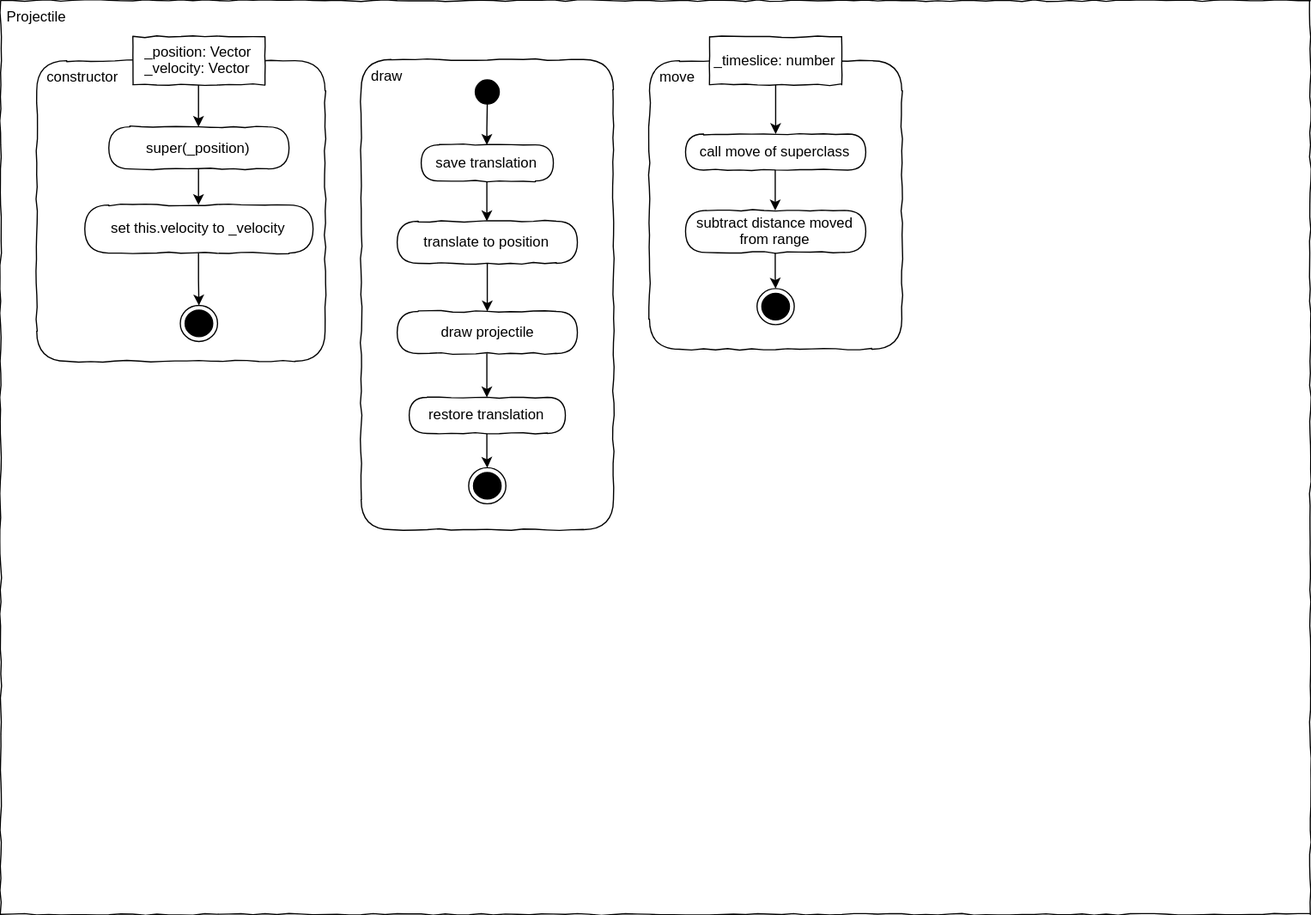
This is X01_Appendix/Code/L12_Addition/eiaSteroids/Documentation/Diagrams/Asteroids_ActivityDiagram-Projectile.svg from JirkaDellOro/EIA2-Inverted, a draw.io export, as it was before one commit. Source tidied: cells renumbered, new cells last; positions are measured from the earlier drawing's top-left corner, leaving out a move shared by most shapes. Its diagram source:
```xml
<mxGraphModel>
  <root>
    <mxCell id="0" />
    <mxCell id="1" parent="0" />
    <mxCell id="2" value="&lt;div style=&quot;text-align: left&quot;&gt;&amp;nbsp;Projectile&lt;/div&gt;" style="rounded=0;whiteSpace=wrap;html=1;shadow=0;glass=0;comic=1;strokeColor=#000000;labelPosition=center;verticalLabelPosition=middle;align=left;verticalAlign=top;absoluteArcSize=1;arcSize=50;" parent="1" vertex="1">
      <mxGeometry width="1090" height="760" as="geometry" />
    </mxCell>
    <mxCell id="3" style="edgeStyle=none;rounded=0;orthogonalLoop=1;jettySize=auto;html=1;" parent="1" edge="1">
      <mxGeometry relative="1" as="geometry">
        <mxPoint x="950" y="450" as="sourcePoint" />
      </mxGeometry>
    </mxCell>
    <mxCell id="4" style="edgeStyle=none;rounded=0;orthogonalLoop=1;jettySize=auto;html=1;" parent="1" edge="1">
      <mxGeometry relative="1" as="geometry">
        <mxPoint x="950" y="530" as="sourcePoint" />
      </mxGeometry>
    </mxCell>
    <mxCell id="5" value="&lt;div style=&quot;text-align: left&quot;&gt;&amp;nbsp; constructor&lt;/div&gt;" style="rounded=1;whiteSpace=wrap;html=1;shadow=0;glass=0;comic=1;strokeColor=#000000;labelPosition=center;verticalLabelPosition=middle;align=left;verticalAlign=top;absoluteArcSize=1;arcSize=50;" parent="1" vertex="1">
      <mxGeometry x="30" y="50" width="240" height="250" as="geometry" />
    </mxCell>
    <mxCell id="6" style="edgeStyle=orthogonalEdgeStyle;rounded=0;jettySize=auto;html=1;" parent="1" edge="1" source="7" target="8">
      <mxGeometry relative="1" as="geometry" />
    </mxCell>
    <mxCell id="7" value="super(_position)" style="rounded=1;whiteSpace=wrap;html=1;absoluteArcSize=1;arcSize=50;strokeWidth=1;shadow=0;comic=1;" parent="1" vertex="1">
      <mxGeometry x="90" y="105" width="150" height="35" as="geometry" />
    </mxCell>
    <mxCell id="8" value="set this.velocity to _velocity" style="rounded=1;whiteSpace=wrap;html=1;absoluteArcSize=1;arcSize=50;strokeWidth=1;shadow=0;comic=1;" parent="1" vertex="1">
      <mxGeometry x="70" y="170" width="190" height="40" as="geometry" />
    </mxCell>
    <mxCell id="9" style="edgeStyle=orthogonalEdgeStyle;rounded=0;jettySize=auto;html=1;" parent="1" edge="1" source="10" target="7">
      <mxGeometry relative="1" as="geometry" />
    </mxCell>
    <mxCell id="10" value="&lt;div style=&quot;text-align: left&quot;&gt;&lt;div&gt;_position: Vector&lt;/div&gt;&lt;div&gt;&lt;span&gt;_velocity: Vector&lt;/span&gt;&lt;br&gt;&lt;/div&gt;&lt;/div&gt;" style="rounded=0;whiteSpace=wrap;html=1;comic=1;" parent="1" vertex="1">
      <mxGeometry x="110" y="30" width="110" height="40" as="geometry" />
    </mxCell>
    <mxCell id="11" style="ellipse;html=1;shape=endState;fillColor=#000000;strokeColor=#000000;comic=1;" parent="1" vertex="1">
      <mxGeometry x="149.5" y="253.5" width="31" height="30" as="geometry" />
    </mxCell>
    <mxCell id="12" style="edgeStyle=orthogonalEdgeStyle;rounded=0;jettySize=auto;html=1;" parent="1" edge="1" source="8" target="11">
      <mxGeometry relative="1" as="geometry" />
    </mxCell>
    <mxCell id="13" value="&lt;div style=&quot;text-align: left&quot;&gt;&amp;nbsp; draw&lt;/div&gt;" style="rounded=1;whiteSpace=wrap;html=1;shadow=0;glass=0;comic=1;strokeColor=#000000;labelPosition=center;verticalLabelPosition=middle;align=left;verticalAlign=top;absoluteArcSize=1;arcSize=50;" parent="1" vertex="1">
      <mxGeometry x="300" y="49" width="210" height="391" as="geometry" />
    </mxCell>
    <mxCell id="14" style="edgeStyle=orthogonalEdgeStyle;rounded=0;jettySize=auto;html=1;" parent="1" edge="1" source="21" target="15">
      <mxGeometry relative="1" as="geometry" />
    </mxCell>
    <mxCell id="15" value="translate to position" style="rounded=1;whiteSpace=wrap;html=1;absoluteArcSize=1;arcSize=50;strokeWidth=1;shadow=0;comic=1;" parent="1" vertex="1">
      <mxGeometry x="330" y="183.5" width="150" height="35" as="geometry" />
    </mxCell>
    <mxCell id="16" style="ellipse;html=1;shape=endState;fillColor=#000000;strokeColor=#000000;comic=1;" parent="1" vertex="1">
      <mxGeometry x="389.5" y="388.5" width="31" height="30" as="geometry" />
    </mxCell>
    <mxCell id="17" style="edgeStyle=orthogonalEdgeStyle;rounded=0;jettySize=auto;html=1;" parent="1" edge="1" source="23" target="16">
      <mxGeometry relative="1" as="geometry" />
    </mxCell>
    <mxCell id="18" value="draw projectile" style="rounded=1;whiteSpace=wrap;html=1;absoluteArcSize=1;arcSize=50;strokeWidth=1;shadow=0;comic=1;" parent="1" vertex="1">
      <mxGeometry x="330" y="258.5" width="150" height="35" as="geometry" />
    </mxCell>
    <mxCell id="19" style="edgeStyle=orthogonalEdgeStyle;rounded=0;jettySize=auto;html=1;" parent="1" edge="1" source="15" target="18">
      <mxGeometry relative="1" as="geometry" />
    </mxCell>
    <mxCell id="20" style="ellipse;whiteSpace=wrap;html=1;rounded=0;shadow=0;comic=0;labelBackgroundColor=none;strokeColor=#000000;strokeWidth=1;fillColor=#000000;fontFamily=Verdana;fontSize=12;fontColor=#000000;align=center;comic=1;" parent="1" vertex="1">
      <mxGeometry x="395" y="66" width="20" height="20" as="geometry" />
    </mxCell>
    <mxCell id="21" value="save translation" style="rounded=1;whiteSpace=wrap;html=1;absoluteArcSize=1;arcSize=50;strokeWidth=1;shadow=0;comic=1;" parent="1" vertex="1">
      <mxGeometry x="350" y="120" width="110" height="30" as="geometry" />
    </mxCell>
    <mxCell id="22" style="edgeStyle=orthogonalEdgeStyle;rounded=0;jettySize=auto;html=1;" parent="1" edge="1" source="20" target="21">
      <mxGeometry relative="1" as="geometry" />
    </mxCell>
    <mxCell id="23" value="restore translation" style="rounded=1;whiteSpace=wrap;html=1;absoluteArcSize=1;arcSize=50;strokeWidth=1;shadow=0;comic=1;" parent="1" vertex="1">
      <mxGeometry x="340" y="330" width="130" height="30" as="geometry" />
    </mxCell>
    <mxCell id="24" style="edgeStyle=orthogonalEdgeStyle;rounded=0;jettySize=auto;html=1;" parent="1" edge="1" source="18" target="23">
      <mxGeometry relative="1" as="geometry" />
    </mxCell>
    <mxCell id="25" value="&lt;div style=&quot;text-align: left&quot;&gt;&amp;nbsp; move&lt;/div&gt;" style="rounded=1;whiteSpace=wrap;html=1;shadow=0;glass=0;comic=1;strokeColor=#000000;labelPosition=center;verticalLabelPosition=middle;align=left;verticalAlign=top;absoluteArcSize=1;arcSize=50;" parent="1" vertex="1">
      <mxGeometry x="540" y="50" width="210" height="240" as="geometry" />
    </mxCell>
    <mxCell id="26" style="edgeStyle=orthogonalEdgeStyle;rounded=0;jettySize=auto;html=1;" parent="1" edge="1" source="30" target="27">
      <mxGeometry relative="1" as="geometry" />
    </mxCell>
    <mxCell id="27" value="subtract distance moved from range" style="rounded=1;whiteSpace=wrap;html=1;absoluteArcSize=1;arcSize=50;strokeWidth=1;shadow=0;comic=1;" parent="1" vertex="1">
      <mxGeometry x="570" y="174.5" width="150" height="35" as="geometry" />
    </mxCell>
    <mxCell id="28" style="ellipse;html=1;shape=endState;fillColor=#000000;strokeColor=#000000;comic=1;" parent="1" vertex="1">
      <mxGeometry x="629.5" y="239.5" width="31" height="30" as="geometry" />
    </mxCell>
    <mxCell id="29" style="edgeStyle=orthogonalEdgeStyle;rounded=0;jettySize=auto;html=1;" parent="1" edge="1" source="27" target="28">
      <mxGeometry relative="1" as="geometry" />
    </mxCell>
    <mxCell id="30" value="call move of superclass" style="rounded=1;whiteSpace=wrap;html=1;absoluteArcSize=1;arcSize=50;strokeWidth=1;shadow=0;comic=1;" parent="1" vertex="1">
      <mxGeometry x="570" y="111" width="150" height="30" as="geometry" />
    </mxCell>
    <mxCell id="31" style="edgeStyle=orthogonalEdgeStyle;rounded=0;jettySize=auto;html=1;" parent="1" edge="1" source="32" target="30">
      <mxGeometry relative="1" as="geometry" />
    </mxCell>
    <mxCell id="32" value="&lt;div style=&quot;text-align: left&quot;&gt;_timeslice: number&lt;/div&gt;" style="rounded=0;whiteSpace=wrap;html=1;comic=1;" parent="1" vertex="1">
      <mxGeometry x="590" y="30" width="110" height="40" as="geometry" />
    </mxCell>
  </root>
</mxGraphModel>
```
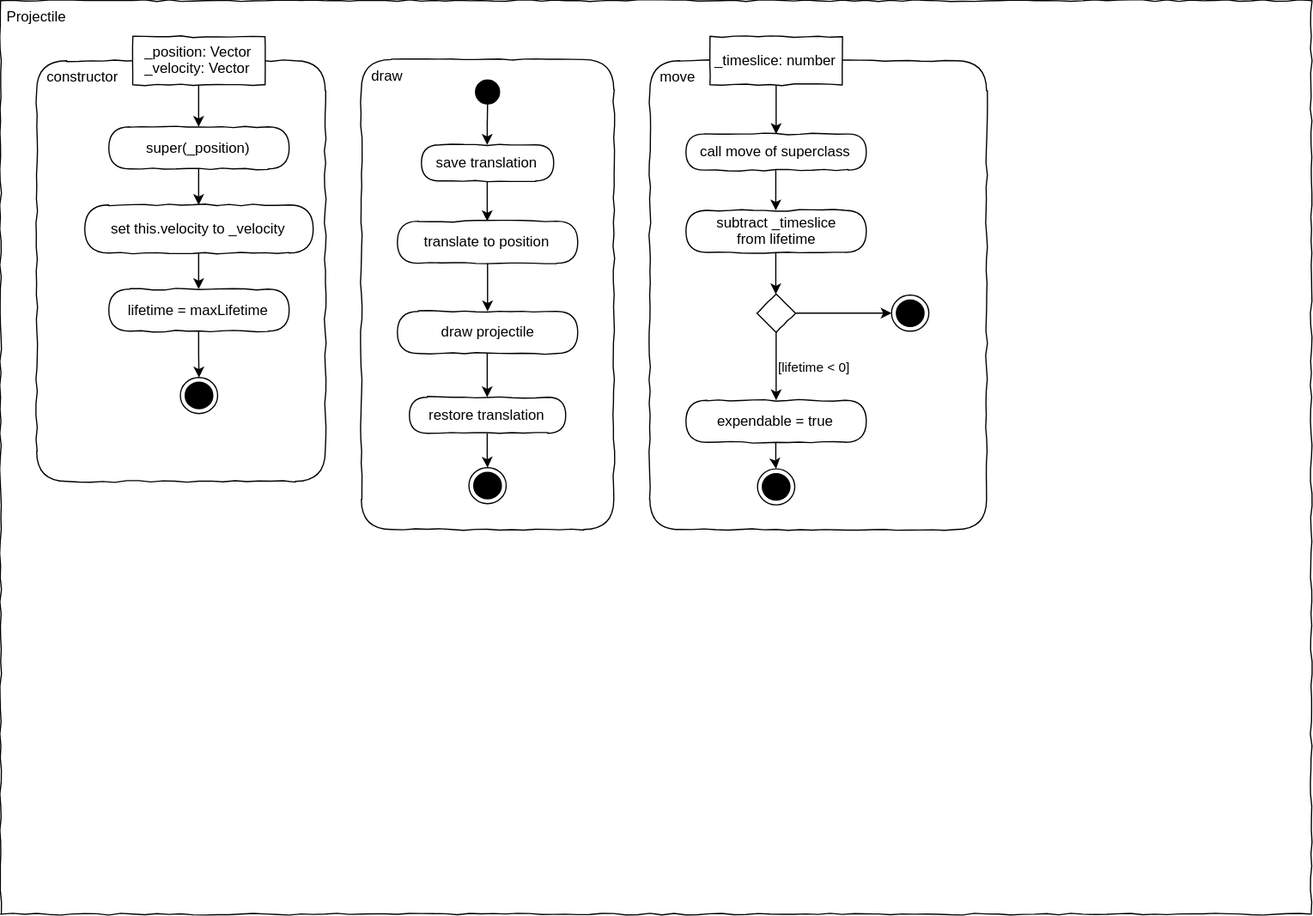
The same diagram one commit later.

Diff of the diagram source:
```diff
@@ -16,7 +16,7 @@
       </mxGeometry>
     </mxCell>
     <mxCell id="5" value="&lt;div style=&quot;text-align: left&quot;&gt;&amp;nbsp; constructor&lt;/div&gt;" style="rounded=1;whiteSpace=wrap;html=1;shadow=0;glass=0;comic=1;strokeColor=#000000;labelPosition=center;verticalLabelPosition=middle;align=left;verticalAlign=top;absoluteArcSize=1;arcSize=50;" parent="1" vertex="1">
-      <mxGeometry x="30" y="50" width="240" height="250" as="geometry" />
+      <mxGeometry x="30" y="50" width="240" height="350" as="geometry" />
     </mxCell>
     <mxCell id="6" style="edgeStyle=orthogonalEdgeStyle;rounded=0;jettySize=auto;html=1;" parent="1" edge="1" source="7" target="8">
       <mxGeometry relative="1" as="geometry" />
@@ -34,9 +34,9 @@
       <mxGeometry x="110" y="30" width="110" height="40" as="geometry" />
     </mxCell>
     <mxCell id="11" style="ellipse;html=1;shape=endState;fillColor=#000000;strokeColor=#000000;comic=1;" parent="1" vertex="1">
-      <mxGeometry x="149.5" y="253.5" width="31" height="30" as="geometry" />
+      <mxGeometry x="149.5" y="313.5" width="31" height="30" as="geometry" />
     </mxCell>
-    <mxCell id="12" style="edgeStyle=orthogonalEdgeStyle;rounded=0;jettySize=auto;html=1;" parent="1" edge="1" source="8" target="11">
+    <mxCell id="12" style="edgeStyle=orthogonalEdgeStyle;rounded=0;jettySize=auto;html=1;" parent="1" edge="1" source="33" target="11">
       <mxGeometry relative="1" as="geometry" />
     </mxCell>
     <mxCell id="13" value="&lt;div style=&quot;text-align: left&quot;&gt;&amp;nbsp; draw&lt;/div&gt;" style="rounded=1;whiteSpace=wrap;html=1;shadow=0;glass=0;comic=1;strokeColor=#000000;labelPosition=center;verticalLabelPosition=middle;align=left;verticalAlign=top;absoluteArcSize=1;arcSize=50;" parent="1" vertex="1">
@@ -76,18 +76,18 @@
       <mxGeometry relative="1" as="geometry" />
     </mxCell>
     <mxCell id="25" value="&lt;div style=&quot;text-align: left&quot;&gt;&amp;nbsp; move&lt;/div&gt;" style="rounded=1;whiteSpace=wrap;html=1;shadow=0;glass=0;comic=1;strokeColor=#000000;labelPosition=center;verticalLabelPosition=middle;align=left;verticalAlign=top;absoluteArcSize=1;arcSize=50;" parent="1" vertex="1">
-      <mxGeometry x="540" y="50" width="210" height="240" as="geometry" />
+      <mxGeometry x="540" y="50" width="280" height="390" as="geometry" />
     </mxCell>
     <mxCell id="26" style="edgeStyle=orthogonalEdgeStyle;rounded=0;jettySize=auto;html=1;" parent="1" edge="1" source="30" target="27">
       <mxGeometry relative="1" as="geometry" />
     </mxCell>
-    <mxCell id="27" value="subtract distance moved from range" style="rounded=1;whiteSpace=wrap;html=1;absoluteArcSize=1;arcSize=50;strokeWidth=1;shadow=0;comic=1;" parent="1" vertex="1">
+    <mxCell id="27" value="subtract _timeslice &lt;br&gt;from lifetime" style="rounded=1;whiteSpace=wrap;html=1;absoluteArcSize=1;arcSize=50;strokeWidth=1;shadow=0;comic=1;" parent="1" vertex="1">
       <mxGeometry x="570" y="174.5" width="150" height="35" as="geometry" />
     </mxCell>
     <mxCell id="28" style="ellipse;html=1;shape=endState;fillColor=#000000;strokeColor=#000000;comic=1;" parent="1" vertex="1">
-      <mxGeometry x="629.5" y="239.5" width="31" height="30" as="geometry" />
+      <mxGeometry x="629.5" y="389.5" width="31" height="30" as="geometry" />
     </mxCell>
-    <mxCell id="29" style="edgeStyle=orthogonalEdgeStyle;rounded=0;jettySize=auto;html=1;" parent="1" edge="1" source="27" target="28">
+    <mxCell id="29" style="edgeStyle=orthogonalEdgeStyle;rounded=0;jettySize=auto;html=1;" parent="1" edge="1" source="39" target="28">
       <mxGeometry relative="1" as="geometry" />
     </mxCell>
     <mxCell id="30" value="call move of superclass" style="rounded=1;whiteSpace=wrap;html=1;absoluteArcSize=1;arcSize=50;strokeWidth=1;shadow=0;comic=1;" parent="1" vertex="1">
@@ -99,5 +99,29 @@
     <mxCell id="32" value="&lt;div style=&quot;text-align: left&quot;&gt;_timeslice: number&lt;/div&gt;" style="rounded=0;whiteSpace=wrap;html=1;comic=1;" parent="1" vertex="1">
       <mxGeometry x="590" y="30" width="110" height="40" as="geometry" />
     </mxCell>
+    <mxCell id="33" value="lifetime = maxLifetime" style="rounded=1;whiteSpace=wrap;html=1;absoluteArcSize=1;arcSize=50;strokeWidth=1;shadow=0;comic=1;" parent="1" vertex="1">
+      <mxGeometry x="90" y="240" width="150" height="35" as="geometry" />
+    </mxCell>
+    <mxCell id="34" style="edgeStyle=orthogonalEdgeStyle;rounded=0;jettySize=auto;html=1;" parent="1" edge="1" source="8" target="33">
+      <mxGeometry relative="1" as="geometry" />
+    </mxCell>
+    <mxCell id="35" style="rhombus;whiteSpace=wrap;html=1;rounded=0;shadow=0;glass=0;comic=1;strokeColor=#000000;align=left;" parent="1" vertex="1">
+      <mxGeometry x="629" y="244" width="32" height="32" as="geometry" />
+    </mxCell>
+    <mxCell id="36" style="edgeStyle=orthogonalEdgeStyle;rounded=0;jettySize=auto;html=1;" parent="1" edge="1" source="27" target="35">
+      <mxGeometry relative="1" as="geometry" />
+    </mxCell>
+    <mxCell id="37" style="ellipse;html=1;shape=endState;fillColor=#000000;strokeColor=#000000;comic=1;" parent="1" vertex="1">
+      <mxGeometry x="741" y="245" width="31" height="30" as="geometry" />
+    </mxCell>
+    <mxCell id="38" style="edgeStyle=orthogonalEdgeStyle;rounded=0;jettySize=auto;html=1;" parent="1" edge="1" source="35" target="37">
+      <mxGeometry relative="1" as="geometry" />
+    </mxCell>
+    <mxCell id="39" value="expendable = true" style="rounded=1;whiteSpace=wrap;html=1;absoluteArcSize=1;arcSize=50;strokeWidth=1;shadow=0;comic=1;" parent="1" vertex="1">
+      <mxGeometry x="570" y="332.5" width="150" height="35" as="geometry" />
+    </mxCell>
+    <mxCell id="40" value="[lifetime &amp;lt; 0]" style="edgeStyle=orthogonalEdgeStyle;rounded=0;jettySize=auto;html=1;labelPosition=right;verticalLabelPosition=middle;align=left;verticalAlign=middle;" parent="1" edge="1" source="35" target="39">
+      <mxGeometry relative="1" as="geometry" />
+    </mxCell>
   </root>
 </mxGraphModel>
```
